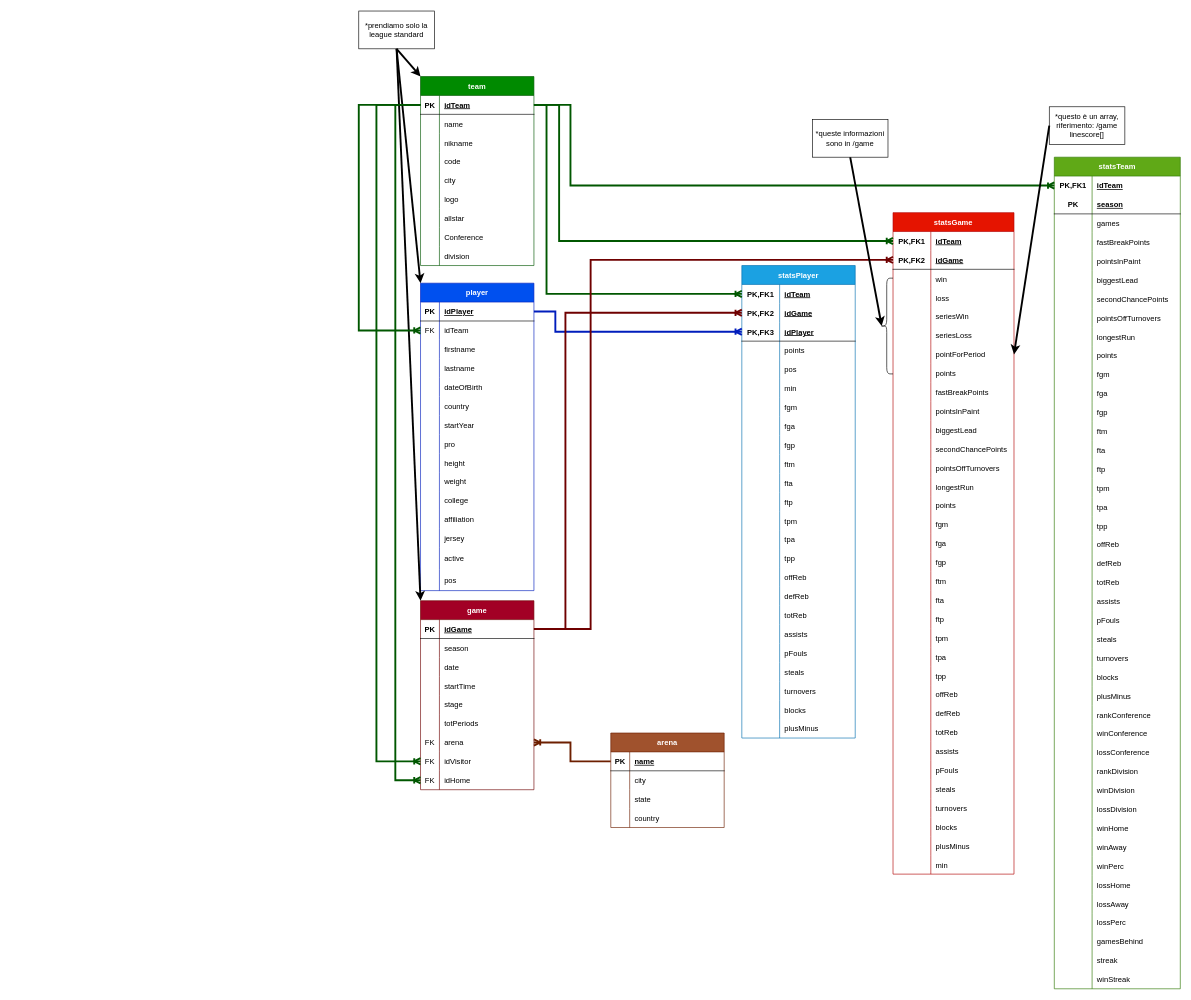
Before: LastGame/database/DB_relazionale.drawio in leonardoscardoni/IGallinacci, a draw.io diagram. Source tidied: cells renumbered, new cells numbered last; positions are measured from the earlier drawing's top-left corner, leaving out a move shared by most shapes. Both pictures are drawn from the tidied source at 63%, with x=0, y=0 at pixel (358, 11).
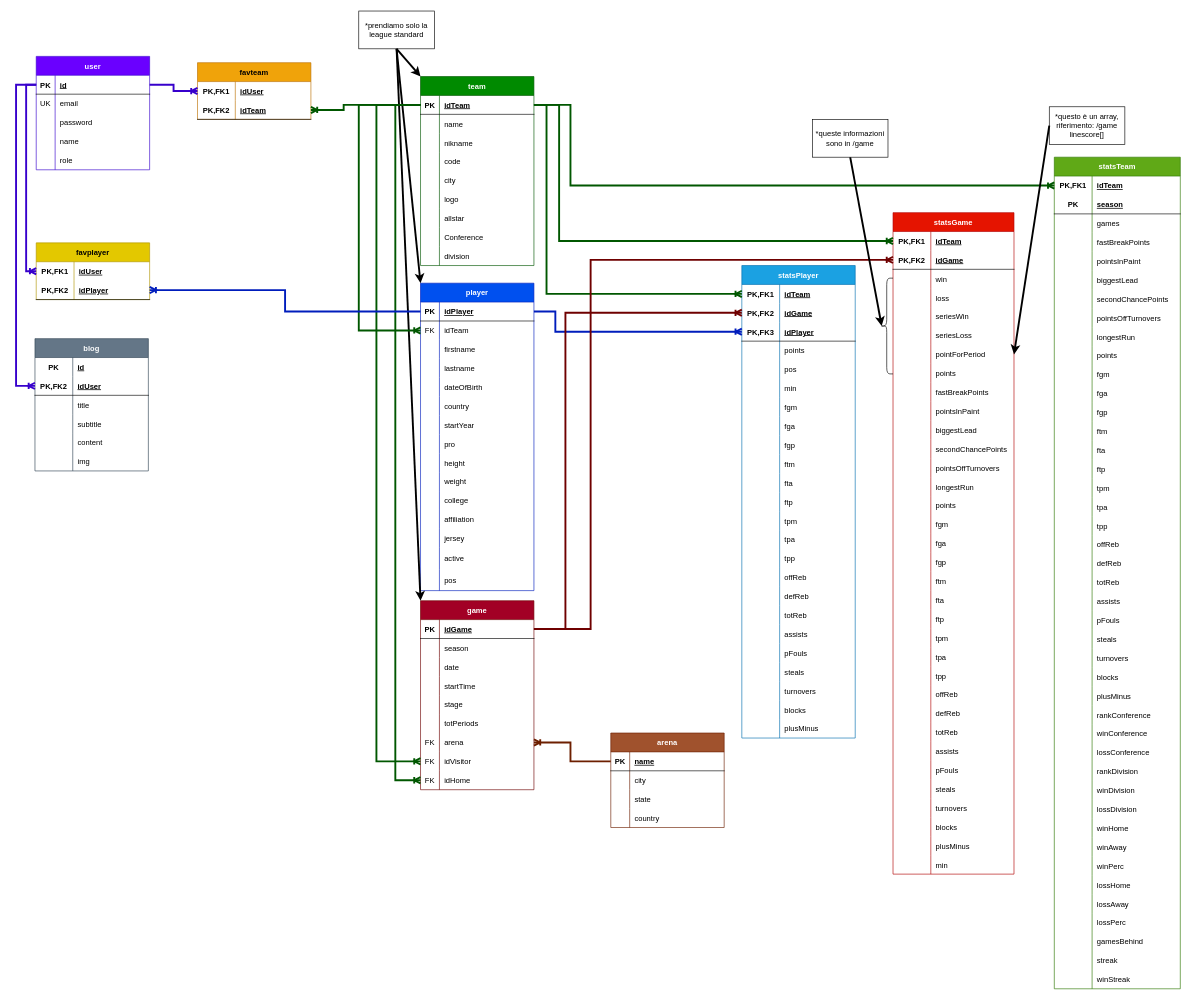
The same page after the edit.

The change refers to these unchanged cells:
```xml
<mxCell id="3" style="shape=tableRow;horizontal=0;startSize=0;swimlaneHead=0;swimlaneBody=0;fillColor=none;points=[[0,0.5],[1,0.5]];portConstraint=eastwest;top=0;left=0;right=0;bottom=1;" parent="2" vertex="1">
  <mxGeometry y="30" width="180" height="30" as="geometry" />
</mxCell>
<mxCell id="31" style="shape=tableRow;horizontal=0;startSize=0;swimlaneHead=0;swimlaneBody=0;fillColor=none;points=[[0,0.5],[1,0.5]];portConstraint=eastwest;top=0;left=0;right=0;bottom=1;" parent="30" vertex="1">
  <mxGeometry y="30" width="180" height="30" as="geometry" />
</mxCell>
```

The edit, as a diff of the source:
```diff
@@
+    <mxCell id="442" value="user" style="shape=table;startSize=30;childLayout=tableLayout;rowLines=0;fontStyle=1;align=center;fillColor=#6a00ff;fontColor=#ffffff;strokeColor=#3700CC;" parent="1" vertex="1">
+      <mxGeometry x="-512" y="72" width="180" height="180" as="geometry" />
+    </mxCell>
+    <mxCell id="443" style="shape=tableRow;horizontal=0;startSize=0;swimlaneHead=0;swimlaneBody=0;fillColor=none;points=[[0,0.5],[1,0.5]];portConstraint=eastwest;top=0;left=0;right=0;bottom=1;" parent="442" vertex="1">
+      <mxGeometry y="30" width="180" height="30" as="geometry" />
+    </mxCell>
+    <mxCell id="444" value="PK" style="shape=partialRectangle;fillColor=none;top=0;left=0;bottom=0;right=0;fontStyle=1;overflow=hidden;" parent="443" vertex="1">
+      <mxGeometry width="30" height="30" as="geometry" />
+    </mxCell>
+    <mxCell id="445" value="id" style="shape=partialRectangle;fillColor=none;top=0;left=0;bottom=0;right=0;align=left;spacingLeft=6;fontStyle=5;overflow=hidden;" parent="443" vertex="1">
+      <mxGeometry x="30" width="150" height="30" as="geometry" />
+    </mxCell>
+    <mxCell id="446" style="shape=tableRow;horizontal=0;startSize=0;swimlaneHead=0;swimlaneBody=0;fillColor=none;top=0;left=0;right=0;bottom=0;" parent="442" vertex="1">
+      <mxGeometry y="60" width="180" height="30" as="geometry" />
+    </mxCell>
+    <mxCell id="447" value="UK" style="shape=partialRectangle;fillColor=none;top=0;left=0;bottom=0;right=0;overflow=hidden;" parent="446" vertex="1">
+      <mxGeometry width="30" height="30" as="geometry" />
+    </mxCell>
+    <mxCell id="448" value="email" style="shape=partialRectangle;fillColor=none;top=0;left=0;bottom=0;right=0;align=left;spacingLeft=6;overflow=hidden;" parent="446" vertex="1">
+      <mxGeometry x="30" width="150" height="30" as="geometry" />
+    </mxCell>
+    <mxCell id="449" style="shape=tableRow;horizontal=0;startSize=0;swimlaneHead=0;swimlaneBody=0;fillColor=none;top=0;left=0;right=0;bottom=0;" parent="442" vertex="1">
+      <mxGeometry y="90" width="180" height="30" as="geometry" />
+    </mxCell>
+    <mxCell id="450" style="shape=partialRectangle;fillColor=none;top=0;left=0;bottom=0;right=0;overflow=hidden;" parent="449" vertex="1">
+      <mxGeometry width="30" height="30" as="geometry" />
+    </mxCell>
+    <mxCell id="451" value="password" style="shape=partialRectangle;fillColor=none;top=0;left=0;bottom=0;right=0;align=left;spacingLeft=6;overflow=hidden;" parent="449" vertex="1">
+      <mxGeometry x="30" width="150" height="30" as="geometry" />
+    </mxCell>
+    <mxCell id="452" style="shape=tableRow;horizontal=0;startSize=0;swimlaneHead=0;swimlaneBody=0;fillColor=none;top=0;left=0;right=0;bottom=0;" parent="442" vertex="1">
+      <mxGeometry y="120" width="180" height="30" as="geometry" />
+    </mxCell>
+    <mxCell id="453" style="shape=partialRectangle;fillColor=none;top=0;left=0;bottom=0;right=0;overflow=hidden;" parent="452" vertex="1">
+      <mxGeometry width="30" height="30" as="geometry" />
+    </mxCell>
+    <mxCell id="454" value="name" style="shape=partialRectangle;fillColor=none;top=0;left=0;bottom=0;right=0;align=left;spacingLeft=6;overflow=hidden;" parent="452" vertex="1">
+      <mxGeometry x="30" width="150" height="30" as="geometry" />
+    </mxCell>
+    <mxCell id="455" style="shape=tableRow;horizontal=0;startSize=0;swimlaneHead=0;swimlaneBody=0;fillColor=none;top=0;left=0;right=0;bottom=0;" parent="442" vertex="1">
+      <mxGeometry y="150" width="180" height="30" as="geometry" />
+    </mxCell>
+    <mxCell id="456" style="shape=partialRectangle;fillColor=none;top=0;left=0;bottom=0;right=0;overflow=hidden;" parent="455" vertex="1">
+      <mxGeometry width="30" height="30" as="geometry" />
+    </mxCell>
+    <mxCell id="457" value="role" style="shape=partialRectangle;fillColor=none;top=0;left=0;bottom=0;right=0;align=left;spacingLeft=6;overflow=hidden;" parent="455" vertex="1">
+      <mxGeometry x="30" width="150" height="30" as="geometry" />
+    </mxCell>
+    <mxCell id="458" value="favplayer" style="shape=table;startSize=30;childLayout=tableLayout;rowLines=0;fontStyle=1;align=center;fillColor=#e3c800;fontColor=#000000;strokeColor=#B09500;" parent="1" vertex="1">
+      <mxGeometry x="-512" y="368" width="180" height="90" as="geometry" />
+    </mxCell>
+    <mxCell id="459" style="shape=tableRow;horizontal=0;startSize=0;swimlaneHead=0;swimlaneBody=0;fillColor=none;points=[[0,0.5],[1,0.5]];portConstraint=eastwest;top=0;left=0;right=0;bottom=0;" parent="458" vertex="1">
+      <mxGeometry y="30" width="180" height="30" as="geometry" />
+    </mxCell>
+    <mxCell id="460" value="PK,FK1" style="shape=partialRectangle;fillColor=none;top=0;left=0;bottom=0;right=0;fontStyle=1;overflow=hidden;" parent="459" vertex="1">
+      <mxGeometry width="60" height="30" as="geometry" />
+    </mxCell>
+    <mxCell id="461" value="idUser" style="shape=partialRectangle;fillColor=none;top=0;left=0;bottom=0;right=0;align=left;spacingLeft=6;fontStyle=5;overflow=hidden;" parent="459" vertex="1">
+      <mxGeometry x="60" width="120" height="30" as="geometry" />
+    </mxCell>
+    <mxCell id="462" style="shape=tableRow;horizontal=0;startSize=0;swimlaneHead=0;swimlaneBody=0;fillColor=none;points=[[0,0.5],[1,0.5]];portConstraint=eastwest;top=0;left=0;right=0;bottom=1;" parent="458" vertex="1">
+      <mxGeometry y="60" width="180" height="30" as="geometry" />
+    </mxCell>
+    <mxCell id="463" value="PK,FK2" style="shape=partialRectangle;fillColor=none;top=0;left=0;bottom=0;right=0;fontStyle=1;overflow=hidden;" parent="462" vertex="1">
+      <mxGeometry width="60" height="30" as="geometry" />
+    </mxCell>
+    <mxCell id="464" value="idPlayer" style="shape=partialRectangle;fillColor=none;top=0;left=0;bottom=0;right=0;align=left;spacingLeft=6;fontStyle=5;overflow=hidden;" parent="462" vertex="1">
+      <mxGeometry x="60" width="120" height="30" as="geometry" />
+    </mxCell>
+    <mxCell id="465" value="favteam" style="shape=table;startSize=30;childLayout=tableLayout;rowLines=0;fontStyle=1;align=center;fillColor=#f0a30a;fontColor=#000000;strokeColor=#BD7000;" parent="1" vertex="1">
+      <mxGeometry x="-256" y="82" width="180" height="90" as="geometry" />
+    </mxCell>
+    <mxCell id="466" style="shape=tableRow;horizontal=0;startSize=0;swimlaneHead=0;swimlaneBody=0;fillColor=none;points=[[0,0.5],[1,0.5]];portConstraint=eastwest;top=0;left=0;right=0;bottom=0;" parent="465" vertex="1">
+      <mxGeometry y="30" width="180" height="30" as="geometry" />
+    </mxCell>
+    <mxCell id="467" value="PK,FK1" style="shape=partialRectangle;fillColor=none;top=0;left=0;bottom=0;right=0;fontStyle=1;overflow=hidden;" parent="466" vertex="1">
+      <mxGeometry width="60" height="30" as="geometry" />
+    </mxCell>
+    <mxCell id="468" value="idUser" style="shape=partialRectangle;fillColor=none;top=0;left=0;bottom=0;right=0;align=left;spacingLeft=6;fontStyle=5;overflow=hidden;" parent="466" vertex="1">
+      <mxGeometry x="60" width="120" height="30" as="geometry" />
+    </mxCell>
+    <mxCell id="469" style="shape=tableRow;horizontal=0;startSize=0;swimlaneHead=0;swimlaneBody=0;fillColor=none;points=[[0,0.5],[1,0.5]];portConstraint=eastwest;top=0;left=0;right=0;bottom=1;" parent="465" vertex="1">
+      <mxGeometry y="60" width="180" height="30" as="geometry" />
+    </mxCell>
+    <mxCell id="470" value="PK,FK2" style="shape=partialRectangle;fillColor=none;top=0;left=0;bottom=0;right=0;fontStyle=1;overflow=hidden;" parent="469" vertex="1">
+      <mxGeometry width="60" height="30" as="geometry" />
+    </mxCell>
+    <mxCell id="471" value="idTeam" style="shape=partialRectangle;fillColor=none;top=0;left=0;bottom=0;right=0;align=left;spacingLeft=6;fontStyle=5;overflow=hidden;" parent="469" vertex="1">
+      <mxGeometry x="60" width="120" height="30" as="geometry" />
+    </mxCell>
+    <mxCell id="472" style="edgeStyle=elbowEdgeStyle;fontSize=12;html=1;endArrow=ERoneToMany;rounded=0;exitX=1;exitY=0.5;exitDx=0;exitDy=0;entryX=0;entryY=0.5;entryDx=0;entryDy=0;strokeWidth=3;fillColor=#6a00ff;strokeColor=#3700CC;" parent="1" edge="1" source="443" target="466">
+      <mxGeometry relative="1" as="geometry" />
+    </mxCell>
+    <mxCell id="473" style="edgeStyle=elbowEdgeStyle;fontSize=12;html=1;endArrow=ERoneToMany;rounded=0;exitX=0;exitY=0.5;exitDx=0;exitDy=0;entryX=0;entryY=0.5;entryDx=0;entryDy=0;strokeWidth=3;fillColor=#6a00ff;strokeColor=#3700CC;" parent="1" edge="1" source="443" target="459">
+      <mxGeometry relative="1" as="geometry">
+        <Array as="points">
+          <mxPoint x="-528" y="265" />
+        </Array>
+      </mxGeometry>
+    </mxCell>
+    <mxCell id="474" style="edgeStyle=elbowEdgeStyle;fontSize=12;html=1;endArrow=ERoneToMany;rounded=0;strokeWidth=3;exitX=0;exitY=0.5;exitDx=0;exitDy=0;entryX=1;entryY=0.5;entryDx=0;entryDy=0;fillColor=#008a00;strokeColor=#005700;" parent="1" edge="1" source="3" target="469">
+      <mxGeometry relative="1" as="geometry">
+        <Array as="points">
+          <mxPoint x="-24" y="157" />
+        </Array>
+      </mxGeometry>
+    </mxCell>
+    <mxCell id="475" style="edgeStyle=elbowEdgeStyle;fontSize=12;html=1;endArrow=ERoneToMany;rounded=0;strokeWidth=3;exitX=0;exitY=0.5;exitDx=0;exitDy=0;entryX=1;entryY=0.5;entryDx=0;entryDy=0;fillColor=#0050ef;strokeColor=#001DBC;" parent="1" edge="1" source="31" target="462">
+      <mxGeometry relative="1" as="geometry">
+        <Array as="points">
+          <mxPoint x="-117" y="456" />
+        </Array>
+      </mxGeometry>
+    </mxCell>
+    <mxCell id="476" value="blog" style="shape=table;startSize=30;childLayout=tableLayout;rowLines=0;fontStyle=1;align=center;fillColor=#647687;fontColor=#ffffff;strokeColor=#314354;" parent="1" vertex="1">
+      <mxGeometry x="-514" y="520" width="180" height="210" as="geometry" />
+    </mxCell>
+    <mxCell id="477" style="shape=tableRow;horizontal=0;startSize=0;swimlaneHead=0;swimlaneBody=0;fillColor=none;top=0;left=0;right=0;bottom=0;" parent="476" vertex="1">
+      <mxGeometry y="30" width="180" height="30" as="geometry" />
+    </mxCell>
+    <mxCell id="478" value="PK" style="shape=partialRectangle;fillColor=none;top=0;left=0;bottom=0;right=0;fontStyle=1;overflow=hidden;" parent="477" vertex="1">
+      <mxGeometry width="60" height="30" as="geometry" />
+    </mxCell>
+    <mxCell id="479" value="id" style="shape=partialRectangle;fillColor=none;top=0;left=0;bottom=0;right=0;align=left;spacingLeft=6;fontStyle=5;overflow=hidden;" parent="477" vertex="1">
+      <mxGeometry x="60" width="120" height="30" as="geometry" />
+    </mxCell>
+    <mxCell id="480" style="shape=tableRow;horizontal=0;startSize=0;swimlaneHead=0;swimlaneBody=0;fillColor=none;points=[[0,0.5],[1,0.5]];portConstraint=eastwest;top=0;left=0;right=0;bottom=1;" parent="476" vertex="1">
+      <mxGeometry y="60" width="180" height="30" as="geometry" />
+    </mxCell>
+    <mxCell id="481" value="PK,FK2" style="shape=partialRectangle;fillColor=none;top=0;left=0;bottom=0;right=0;fontStyle=1;overflow=hidden;" parent="480" vertex="1">
+      <mxGeometry width="60" height="30" as="geometry" />
+    </mxCell>
+    <mxCell id="482" value="idUser" style="shape=partialRectangle;fillColor=none;top=0;left=0;bottom=0;right=0;align=left;spacingLeft=6;fontStyle=5;overflow=hidden;" parent="480" vertex="1">
+      <mxGeometry x="60" width="120" height="30" as="geometry" />
+    </mxCell>
+    <mxCell id="483" style="shape=tableRow;horizontal=0;startSize=0;swimlaneHead=0;swimlaneBody=0;fillColor=none;top=0;left=0;right=0;bottom=0;" parent="476" vertex="1">
+      <mxGeometry y="90" width="180" height="30" as="geometry" />
+    </mxCell>
+    <mxCell id="484" style="shape=partialRectangle;fillColor=none;top=0;left=0;bottom=0;right=0;overflow=hidden;" parent="483" vertex="1">
+      <mxGeometry width="60" height="30" as="geometry" />
+    </mxCell>
+    <mxCell id="485" value="title" style="shape=partialRectangle;fillColor=none;top=0;left=0;bottom=0;right=0;align=left;spacingLeft=6;overflow=hidden;" parent="483" vertex="1">
+      <mxGeometry x="60" width="120" height="30" as="geometry" />
+    </mxCell>
+    <mxCell id="486" style="shape=tableRow;horizontal=0;startSize=0;swimlaneHead=0;swimlaneBody=0;fillColor=none;top=0;left=0;right=0;bottom=0;" parent="476" vertex="1">
+      <mxGeometry y="120" width="180" height="30" as="geometry" />
+    </mxCell>
+    <mxCell id="487" style="shape=partialRectangle;fillColor=none;top=0;left=0;bottom=0;right=0;overflow=hidden;" parent="486" vertex="1">
+      <mxGeometry width="60" height="30" as="geometry" />
+    </mxCell>
+    <mxCell id="488" value="subtitle" style="shape=partialRectangle;fillColor=none;top=0;left=0;bottom=0;right=0;align=left;spacingLeft=6;overflow=hidden;" parent="486" vertex="1">
+      <mxGeometry x="60" width="120" height="30" as="geometry" />
+    </mxCell>
+    <mxCell id="489" style="shape=tableRow;horizontal=0;startSize=0;swimlaneHead=0;swimlaneBody=0;fillColor=none;top=0;left=0;right=0;bottom=0;" parent="476" vertex="1">
+      <mxGeometry y="150" width="180" height="30" as="geometry" />
+    </mxCell>
+    <mxCell id="490" style="shape=partialRectangle;fillColor=none;top=0;left=0;bottom=0;right=0;overflow=hidden;" parent="489" vertex="1">
+      <mxGeometry width="60" height="30" as="geometry" />
+    </mxCell>
+    <mxCell id="491" value="content" style="shape=partialRectangle;fillColor=none;top=0;left=0;bottom=0;right=0;align=left;spacingLeft=6;overflow=hidden;" parent="489" vertex="1">
+      <mxGeometry x="60" width="120" height="30" as="geometry" />
+    </mxCell>
+    <mxCell id="492" style="shape=tableRow;horizontal=0;startSize=0;swimlaneHead=0;swimlaneBody=0;fillColor=none;top=0;left=0;right=0;bottom=0;" parent="476" vertex="1">
+      <mxGeometry y="180" width="180" height="30" as="geometry" />
+    </mxCell>
+    <mxCell id="493" style="shape=partialRectangle;fillColor=none;top=0;left=0;bottom=0;right=0;overflow=hidden;" parent="492" vertex="1">
+      <mxGeometry width="60" height="30" as="geometry" />
+    </mxCell>
+    <mxCell id="494" value="img" style="shape=partialRectangle;fillColor=none;top=0;left=0;bottom=0;right=0;align=left;spacingLeft=6;overflow=hidden;" parent="492" vertex="1">
+      <mxGeometry x="60" width="120" height="30" as="geometry" />
+    </mxCell>
+    <mxCell id="495" style="edgeStyle=elbowEdgeStyle;fontSize=12;html=1;endArrow=ERoneToMany;rounded=0;strokeWidth=3;exitX=0;exitY=0.5;exitDx=0;exitDy=0;entryX=0;entryY=0.5;entryDx=0;entryDy=0;fillColor=#6a00ff;strokeColor=#3700CC;" parent="1" edge="1" source="443" target="480">
+      <mxGeometry relative="1" as="geometry">
+        <Array as="points">
+          <mxPoint x="-544" y="352" />
+        </Array>
+      </mxGeometry>
+    </mxCell>
```
